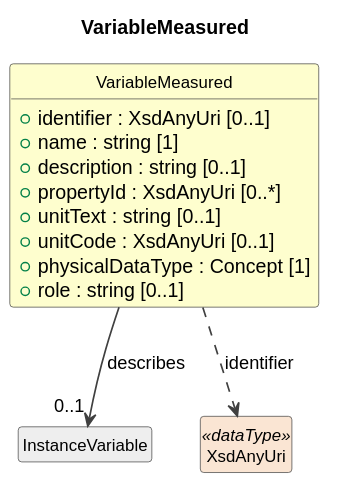
This is build/field-level-documentation/CDIFDataDescription/Classes/VariableMeasured.svg from Cross-Domain-Interoperability-Framework/metadataBuildingBlocks, a PlantUML export, as it was before one commit. Source of this version:
```plantuml
@startuml
title VariableMeasured
hide circle
hide empty members
skinparam shadowing false
skinparam ArrowThickness 1.2
skinparam class {
  ArrowColor #404040
  BorderColor #404040
  FontSize 12
}

class "VariableMeasured" as VariableMeasured #FEFECE {
  +identifier : XsdAnyUri [0..1]
  +name : string [1]
  +description : string [0..1]
  +propertyId : XsdAnyUri [0..*]
  +unitText : string [0..1]
  +unitCode : XsdAnyUri [0..1]
  +physicalDataType : Concept [1]
  +role : string [0..1]
}
class "InstanceVariable" as InstanceVariable #EEEEEE
VariableMeasured --> "0..1" InstanceVariable : describes
class "XsdAnyUri" as XsdAnyUri <<dataType>> #FAE5D3
VariableMeasured ..> XsdAnyUri : identifier
@enduml
```
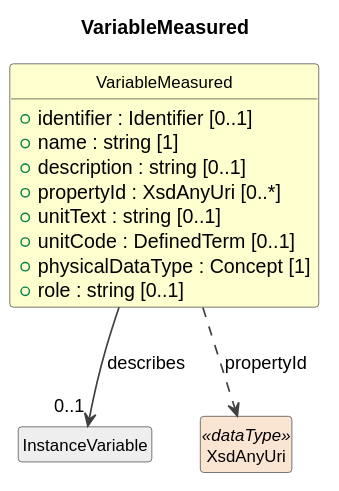
The same file after the commit.

Change to the diagram source:
```diff
@@ -11,17 +11,17 @@
 }
 
 class "VariableMeasured" as VariableMeasured #FEFECE {
-  +identifier : XsdAnyUri [0..1]
+  +identifier : Identifier [0..1]
   +name : string [1]
   +description : string [0..1]
   +propertyId : XsdAnyUri [0..*]
   +unitText : string [0..1]
-  +unitCode : XsdAnyUri [0..1]
+  +unitCode : DefinedTerm [0..1]
   +physicalDataType : Concept [1]
   +role : string [0..1]
 }
 class "InstanceVariable" as InstanceVariable #EEEEEE
 VariableMeasured --> "0..1" InstanceVariable : describes
 class "XsdAnyUri" as XsdAnyUri <<dataType>> #FAE5D3
-VariableMeasured ..> XsdAnyUri : identifier
+VariableMeasured ..> XsdAnyUri : propertyId
 @enduml
```
